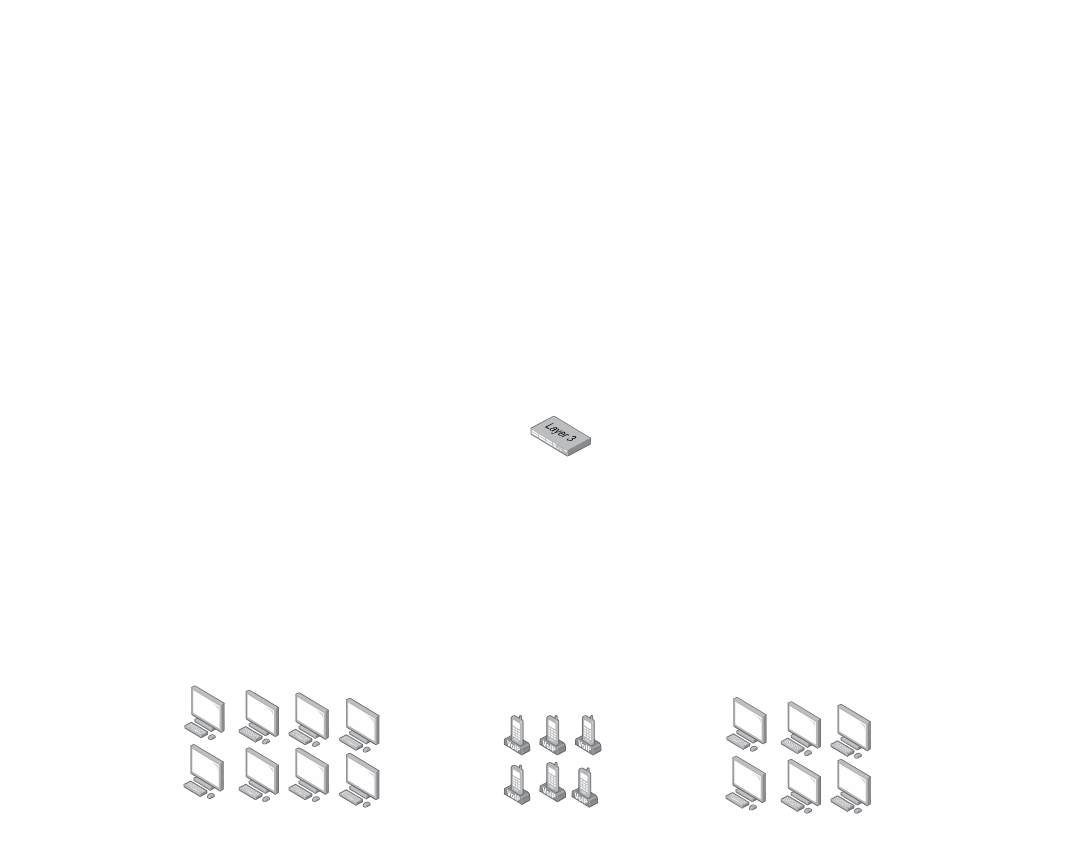
meetSeb/Computer-Network keeps this draw.io diagram as Logische Netzwerktopologie.drawio. Above is the earlier version. Source tidied: cells renumbered, new cells numbered last; positions are measured from the earlier drawing's top-left corner, leaving out a move shared by most shapes. Both pictures are drawn from the tidied source at 89%, with x=0, y=0 at pixel (183, 416).
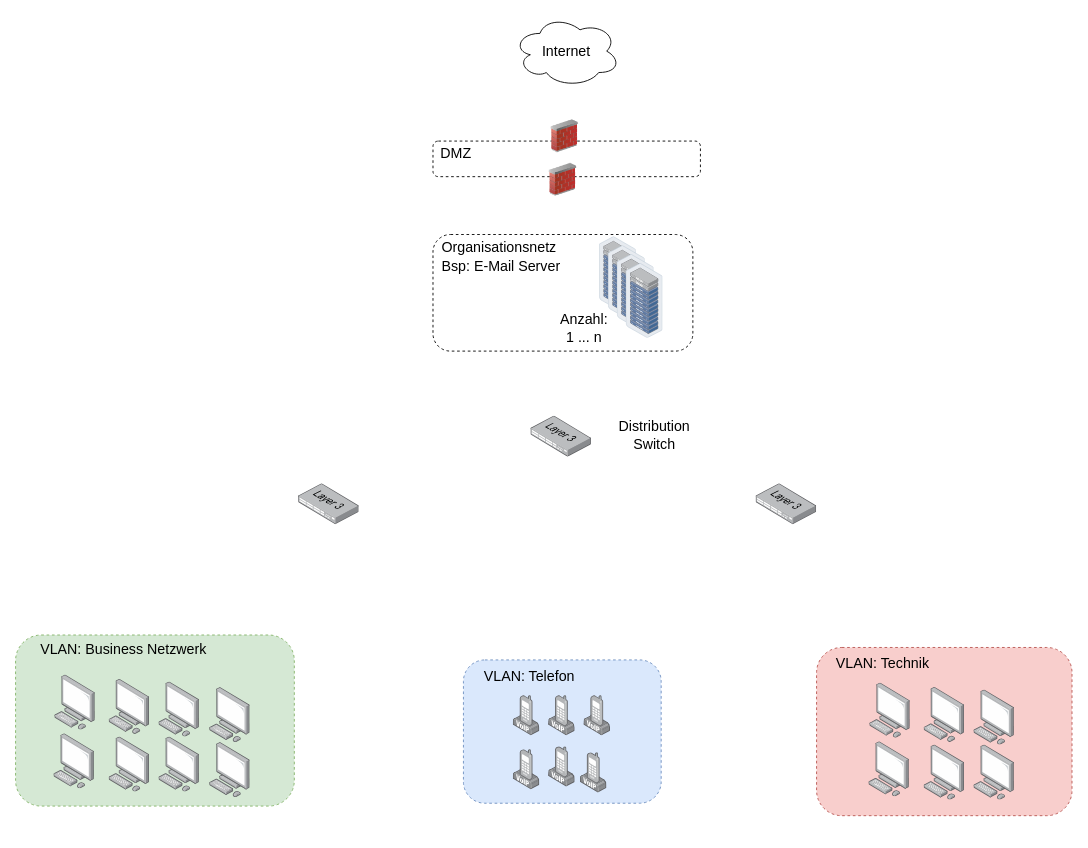
The same diagram, later.

Diff of the diagram source:
```diff
@@
-    <mxCell id="2" style="group;" parent="1" vertex="1">
-      <mxGeometry x="609" y="316" width="163.6" height="131.4" as="geometry" />
-    </mxCell>
+    <mxCell id="26" style="image;html=1;align=center;shadow=0;dashed=0;image=img/lib/allied_telesis/switch/Switch_52_port_L3.svg;" parent="1" vertex="1">
+      <mxGeometry x="390" width="68" height="46" as="geometry" />
+    </mxCell>
+    <mxCell id="27" style="rounded=1;whiteSpace=wrap;html=1;dashed=1;" parent="1" vertex="1">
+      <mxGeometry x="280" y="-309" width="300.5" height="40" as="geometry" />
+    </mxCell>
+    <mxCell id="28" value="DMZ" style="text;strokeColor=none;fillColor=none;html=1;align=center;verticalAlign=middle;whiteSpace=wrap;rounded=0;fontSize=16;" parent="1" vertex="1">
+      <mxGeometry x="276" y="-311" width="60" height="30" as="geometry" />
+    </mxCell>
+    <mxCell id="29" style="image;html=1;image=img/lib/clip_art/networking/Firewall_02_128x128.png;" parent="1" vertex="1">
+      <mxGeometry x="411" y="-333" width="34" height="37" as="geometry" />
+    </mxCell>
+    <mxCell id="30" style="image;html=1;image=img/lib/clip_art/networking/Firewall_02_128x128.png;" parent="1" vertex="1">
+      <mxGeometry x="409" y="-284" width="34" height="37" as="geometry" />
+    </mxCell>
+    <mxCell id="31" style="rounded=1;whiteSpace=wrap;html=1;dashed=1;" parent="1" vertex="1">
+      <mxGeometry x="280" y="-204" width="292" height="131" as="geometry" />
+    </mxCell>
+    <mxCell id="32" style="group;" parent="1" vertex="1">
+      <mxGeometry x="467" y="-201.5" width="71.4" height="124" as="geometry" />
+    </mxCell>
+    <mxCell id="33" style="image;html=1;align=center;shadow=0;dashed=0;image=img/lib/allied_telesis/storage/Datacenter_Server_Rack_ToR.svg;" parent="32" vertex="1">
+      <mxGeometry width="41.4" height="84" as="geometry" />
+    </mxCell>
+    <mxCell id="34" style="image;html=1;align=center;shadow=0;dashed=0;image=img/lib/allied_telesis/storage/Datacenter_Server_Rack_ToR.svg;" parent="32" vertex="1">
+      <mxGeometry x="10" y="10" width="41.4" height="84" as="geometry" />
+    </mxCell>
+    <mxCell id="35" style="image;html=1;align=center;shadow=0;dashed=0;image=img/lib/allied_telesis/storage/Datacenter_Server_Rack_ToR.svg;" parent="32" vertex="1">
+      <mxGeometry x="20" y="20" width="41.4" height="84" as="geometry" />
+    </mxCell>
+    <mxCell id="36" style="image;html=1;align=center;shadow=0;dashed=0;image=img/lib/allied_telesis/storage/Datacenter_Server_Rack_ToR.svg;" parent="32" vertex="1">
+      <mxGeometry x="30" y="30" width="41.4" height="84" as="geometry" />
+    </mxCell>
+    <mxCell id="37" value="Organisationsnetz&lt;div style=&quot;line-height: 160%;&quot;&gt;Bsp: E-Mail Server&lt;/div&gt;" style="text;strokeColor=none;fillColor=none;html=1;align=left;verticalAlign=middle;whiteSpace=wrap;rounded=0;fontSize=16;" parent="1" vertex="1">
+      <mxGeometry x="288" y="-216" width="159" height="78.5" as="geometry" />
+    </mxCell>
+    <mxCell id="38" value="Anzahl: 1 ... n" style="text;strokeColor=none;fillColor=none;html=1;align=center;verticalAlign=middle;whiteSpace=wrap;rounded=0;fontSize=16;" parent="1" vertex="1">
+      <mxGeometry x="420" y="-114" width="60" height="30" as="geometry" />
+    </mxCell>
+    <mxCell id="39" style="group;" parent="1" vertex="1">
+      <mxGeometry x="711" y="260" width="287" height="189" as="geometry" />
+    </mxCell>
+    <mxCell id="40" style="rounded=1;whiteSpace=wrap;html=1;dashed=1;fillColor=#f8cecc;strokeColor=#b85450;" parent="39" vertex="1">
+      <mxGeometry width="287" height="189" as="geometry" />
+    </mxCell>
+    <mxCell id="41" value="VLAN: Technik" style="text;strokeColor=none;fillColor=none;html=1;align=center;verticalAlign=middle;whiteSpace=wrap;rounded=0;fontSize=16;" parent="39" vertex="1">
+      <mxGeometry x="-40" y="8" width="229" height="18" as="geometry" />
+    </mxCell>
+    <mxCell id="42" style="group;" parent="39" vertex="1">
+      <mxGeometry x="58.7" y="40" width="163.6" height="131.4" as="geometry" />
+    </mxCell>
-    <mxCell id="3" style="image;html=1;align=center;shadow=0;dashed=0;image=img/lib/allied_telesis/computer_and_terminals/Personal_Computer.svg;" parent="2" vertex="1">
+    <mxCell id="3" style="image;html=1;align=center;shadow=0;dashed=0;image=img/lib/allied_telesis/computer_and_terminals/Personal_Computer.svg;" parent="42" vertex="1">
       <mxGeometry y="66" width="45.6" height="61.8" as="geometry" />
     </mxCell>
-    <mxCell id="4" style="image;html=1;align=center;shadow=0;dashed=0;image=img/lib/allied_telesis/computer_and_terminals/Personal_Computer.svg;" parent="2" vertex="1">
+    <mxCell id="4" style="image;html=1;align=center;shadow=0;dashed=0;image=img/lib/allied_telesis/computer_and_terminals/Personal_Computer.svg;" parent="42" vertex="1">
       <mxGeometry x="118" y="7.8" width="45.6" height="61.8" as="geometry" />
     </mxCell>
-    <mxCell id="5" style="image;html=1;align=center;shadow=0;dashed=0;image=img/lib/allied_telesis/computer_and_terminals/Personal_Computer.svg;" parent="2" vertex="1">
+    <mxCell id="5" style="image;html=1;align=center;shadow=0;dashed=0;image=img/lib/allied_telesis/computer_and_terminals/Personal_Computer.svg;" parent="42" vertex="1">
       <mxGeometry x="62" y="4.8" width="45.6" height="61.8" as="geometry" />
     </mxCell>
-    <mxCell id="6" style="image;html=1;align=center;shadow=0;dashed=0;image=img/lib/allied_telesis/computer_and_terminals/Personal_Computer.svg;" parent="2" vertex="1">
+    <mxCell id="6" style="image;html=1;align=center;shadow=0;dashed=0;image=img/lib/allied_telesis/computer_and_terminals/Personal_Computer.svg;" parent="42" vertex="1">
       <mxGeometry x="1" width="45.6" height="61.8" as="geometry" />
     </mxCell>
-    <mxCell id="7" style="image;html=1;align=center;shadow=0;dashed=0;image=img/lib/allied_telesis/computer_and_terminals/Personal_Computer.svg;" parent="2" vertex="1">
+    <mxCell id="7" style="image;html=1;align=center;shadow=0;dashed=0;image=img/lib/allied_telesis/computer_and_terminals/Personal_Computer.svg;" parent="42" vertex="1">
       <mxGeometry x="118" y="69.6" width="45.6" height="61.8" as="geometry" />
     </mxCell>
-    <mxCell id="8" style="image;html=1;align=center;shadow=0;dashed=0;image=img/lib/allied_telesis/computer_and_terminals/Personal_Computer.svg;" parent="2" vertex="1">
+    <mxCell id="8" style="image;html=1;align=center;shadow=0;dashed=0;image=img/lib/allied_telesis/computer_and_terminals/Personal_Computer.svg;" parent="42" vertex="1">
       <mxGeometry x="62" y="69.6" width="45.6" height="61.8" as="geometry" />
     </mxCell>
+    <mxCell id="43" style="group;" parent="1" vertex="1">
+      <mxGeometry x="-189" y="246" width="325" height="205" as="geometry" />
+    </mxCell>
+    <mxCell id="44" style="rounded=1;whiteSpace=wrap;html=1;dashed=1;fillColor=#d5e8d4;strokeColor=#82b366;" parent="43" vertex="1">
+      <mxGeometry width="313.2" height="192.2" as="geometry" />
+    </mxCell>
-    <mxCell id="9" style="group;" parent="1" vertex="1">
-      <mxGeometry y="303" width="220.6" height="137.6" as="geometry" />
+    <mxCell id="9" style="group;" parent="43" vertex="1">
+      <mxGeometry x="43" y="45" width="282" height="177" as="geometry" />
     </mxCell>
@@
+    <mxCell id="45" value="VLAN: Business Netzwerk" style="text;strokeColor=none;fillColor=none;html=1;align=center;verticalAlign=middle;whiteSpace=wrap;rounded=0;fontSize=16;" parent="43" vertex="1">
+      <mxGeometry x="7" y="7" width="229" height="18" as="geometry" />
+    </mxCell>
+    <mxCell id="46" style="group;" parent="1" vertex="1">
+      <mxGeometry x="314.2" y="274" width="227.5" height="161" as="geometry" />
+    </mxCell>
+    <mxCell id="47" style="rounded=1;whiteSpace=wrap;html=1;dashed=1;fillColor=#dae8fc;strokeColor=#6c8ebf;" parent="46" vertex="1">
+      <mxGeometry width="222.2" height="161" as="geometry" />
+    </mxCell>
-    <mxCell id="18" style="group;" parent="1" vertex="1">
-      <mxGeometry x="360" y="336.2" width="110" height="104.4" as="geometry" />
+    <mxCell id="18" style="group;" parent="46" vertex="1">
+      <mxGeometry x="56" y="40" width="163.7" height="132.4" as="geometry" />
     </mxCell>
     <mxCell id="19" style="image;html=1;align=center;shadow=0;dashed=0;image=img/lib/allied_telesis/computer_and_terminals/VOIP_IP_phone.svg;" parent="18" vertex="1">
-      <mxGeometry x="40" y="52.6" width="30" height="45.6" as="geometry" />
+      <mxGeometry x="39.7" y="57.5" width="29.8" height="45.2" as="geometry" />
     </mxCell>
     <mxCell id="20" style="group;" parent="18" vertex="1">
-      <mxGeometry width="110" height="104.4" as="geometry" />
+      <mxGeometry width="163.7" height="132.4" as="geometry" />
     </mxCell>
     <mxCell id="21" style="image;html=1;align=center;shadow=0;dashed=0;image=img/lib/allied_telesis/computer_and_terminals/VOIP_IP_phone.svg;" parent="20" vertex="1">
-      <mxGeometry x="80" width="30" height="45.6" as="geometry" />
+      <mxGeometry x="79.4" width="29.8" height="45.2" as="geometry" />
     </mxCell>
     <mxCell id="22" style="image;html=1;align=center;shadow=0;dashed=0;image=img/lib/allied_telesis/computer_and_terminals/VOIP_IP_phone.svg;" parent="20" vertex="1">
-      <mxGeometry x="76" y="58.8" width="30" height="45.6" as="geometry" />
+      <mxGeometry x="75.4" y="64.2" width="29.8" height="45.2" as="geometry" />
     </mxCell>
     <mxCell id="23" style="image;html=1;align=center;shadow=0;dashed=0;image=img/lib/allied_telesis/computer_and_terminals/VOIP_IP_phone.svg;" parent="20" vertex="1">
-      <mxGeometry x="40" width="30" height="45.6" as="geometry" />
+      <mxGeometry x="39.7" width="29.8" height="45.2" as="geometry" />
     </mxCell>
     <mxCell id="24" style="image;html=1;align=center;shadow=0;dashed=0;image=img/lib/allied_telesis/computer_and_terminals/VOIP_IP_phone.svg;" parent="20" vertex="1">
-      <mxGeometry y="55.6" width="30" height="45.6" as="geometry" />
+      <mxGeometry y="60.7" width="29.8" height="45.2" as="geometry" />
     </mxCell>
     <mxCell id="25" style="image;html=1;align=center;shadow=0;dashed=0;image=img/lib/allied_telesis/computer_and_terminals/VOIP_IP_phone.svg;" parent="20" vertex="1">
-      <mxGeometry width="30" height="45.6" as="geometry" />
+      <mxGeometry width="29.8" height="45.2" as="geometry" />
     </mxCell>
-    <mxCell id="26" style="image;html=1;align=center;shadow=0;dashed=0;image=img/lib/allied_telesis/switch/Switch_52_port_L3.svg;" parent="1" vertex="1">
-      <mxGeometry x="390" width="68" height="46" as="geometry" />
-    </mxCell>
+    <mxCell id="48" value="VLAN: Telefon" style="text;strokeColor=none;fillColor=none;html=1;align=center;verticalAlign=middle;whiteSpace=wrap;rounded=0;fontSize=16;" parent="46" vertex="1">
+      <mxGeometry x="-40" y="9" width="229" height="18" as="geometry" />
+    </mxCell>
+    <mxCell id="49" value="Distribution Switch" style="text;strokeColor=none;fillColor=none;html=1;align=center;verticalAlign=middle;whiteSpace=wrap;rounded=0;fontSize=16;" parent="1" vertex="1">
+      <mxGeometry x="476.5" y="-4" width="104" height="50" as="geometry" />
+    </mxCell>
+    <mxCell id="50" style="group;" parent="1" vertex="1">
+      <mxGeometry x="370.2" y="-450" width="120" height="80" as="geometry" />
+    </mxCell>
+    <mxCell id="51" style="ellipse;shape=cloud;whiteSpace=wrap;html=1;" parent="50" vertex="1">
+      <mxGeometry width="120" height="80" as="geometry" />
+    </mxCell>
+    <mxCell id="52" value="Internet" style="text;strokeColor=none;fillColor=none;html=1;align=center;verticalAlign=middle;whiteSpace=wrap;rounded=0;fontSize=16;" parent="50" vertex="1">
+      <mxGeometry x="30" y="25" width="60" height="30" as="geometry" />
+    </mxCell>
+    <mxCell id="53" style="image;html=1;align=center;shadow=0;dashed=0;image=img/lib/allied_telesis/switch/Switch_52_port_L3.svg;" parent="1" vertex="1">
+      <mxGeometry x="129" y="76" width="68" height="46" as="geometry" />
+    </mxCell>
+    <mxCell id="54" style="image;html=1;align=center;shadow=0;dashed=0;image=img/lib/allied_telesis/switch/Switch_52_port_L3.svg;" parent="1" vertex="1">
+      <mxGeometry x="643" y="76" width="68" height="46" as="geometry" />
+    </mxCell>
```
